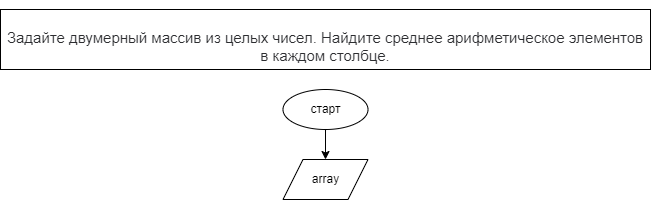
Above: DZ7/zadacha52/diagram.drawio.png in ElenaFomenkova/DZ (draw.io), before the change. Source tidied: cells renumbered, new cells last; positions are measured from the earlier drawing's top-left corner, leaving out a move shared by most shapes. Its diagram source:
```xml
<mxGraphModel>
  <root>
    <mxCell id="0" />
    <mxCell id="1" parent="0" />
    <mxCell id="2" value="&lt;br&gt;&lt;br&gt;&lt;p style=&quot;box-sizing: border-box ; margin: 0px ; font-weight: 400 ; color: rgb(44 , 45 , 48) ; font-family: &amp;#34;roboto&amp;#34; , &amp;#34;san francisco&amp;#34; , &amp;#34;helvetica neue&amp;#34; , &amp;#34;helvetica&amp;#34; , &amp;#34;arial&amp;#34; ; font-size: 15px ; font-style: normal ; letter-spacing: normal ; text-indent: 0px ; text-transform: none ; word-spacing: 0px ; background-color: rgb(255 , 255 , 255)&quot;&gt;Задайте двумерный массив из целых чисел. Найдите среднее арифметическое элементов в каждом столбце.&lt;/p&gt;&lt;br&gt;" style="rounded=0;whiteSpace=wrap;html=1;" parent="1" vertex="1">
      <mxGeometry width="650" height="60" as="geometry" />
    </mxCell>
    <mxCell id="3" style="edgeStyle=none;html=1;" parent="1" edge="1" source="4" target="5">
      <mxGeometry relative="1" as="geometry" />
    </mxCell>
    <mxCell id="4" value="старт" style="ellipse;whiteSpace=wrap;html=1;" parent="1" vertex="1">
      <mxGeometry x="282.5" y="80" width="85" height="40" as="geometry" />
    </mxCell>
    <mxCell id="5" value="array" style="shape=parallelogram;perimeter=parallelogramPerimeter;whiteSpace=wrap;html=1;fixedSize=1;" parent="1" vertex="1">
      <mxGeometry x="282.5" y="150" width="85" height="40" as="geometry" />
    </mxCell>
  </root>
</mxGraphModel>
```
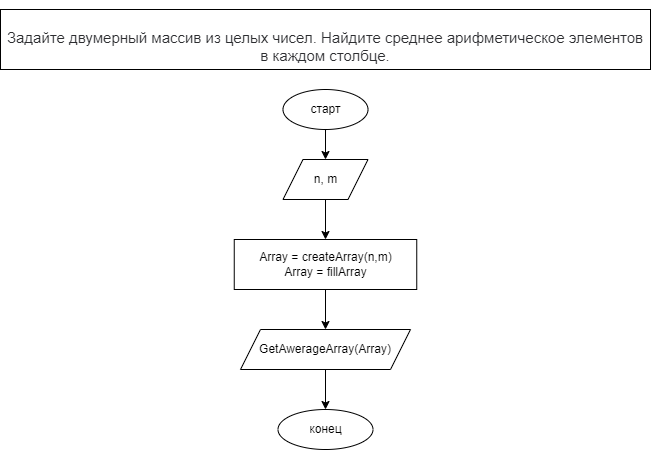
The same file after the commit.

Diff of the diagram source:
```diff
@@ -11,8 +11,26 @@
     <mxCell id="4" value="старт" style="ellipse;whiteSpace=wrap;html=1;" parent="1" vertex="1">
       <mxGeometry x="282.5" y="80" width="85" height="40" as="geometry" />
     </mxCell>
+    <mxCell id="6" style="edgeStyle=none;html=1;" parent="1" edge="1" source="5" target="8">
+      <mxGeometry relative="1" as="geometry" />
+    </mxCell>
-    <mxCell id="5" value="array" style="shape=parallelogram;perimeter=parallelogramPerimeter;whiteSpace=wrap;html=1;fixedSize=1;" parent="1" vertex="1">
+    <mxCell id="5" value="n, m" style="shape=parallelogram;perimeter=parallelogramPerimeter;whiteSpace=wrap;html=1;fixedSize=1;" parent="1" vertex="1">
       <mxGeometry x="282.5" y="150" width="85" height="40" as="geometry" />
     </mxCell>
+    <mxCell id="7" style="edgeStyle=none;html=1;" parent="1" edge="1" source="8" target="11">
+      <mxGeometry relative="1" as="geometry" />
+    </mxCell>
+    <mxCell id="8" value="Array = createArray(n,m)&lt;br&gt;Array = fillArray&lt;span&gt;&lt;br&gt;&lt;/span&gt;" style="rounded=0;whiteSpace=wrap;html=1;" parent="1" vertex="1">
+      <mxGeometry x="233.8" y="230" width="182.5" height="50" as="geometry" />
+    </mxCell>
+    <mxCell id="9" value="конец" style="ellipse;whiteSpace=wrap;html=1;" parent="1" vertex="1">
+      <mxGeometry x="277.5" y="400" width="95" height="40" as="geometry" />
+    </mxCell>
+    <mxCell id="10" style="edgeStyle=none;html=1;" parent="1" edge="1" source="11" target="9">
+      <mxGeometry relative="1" as="geometry" />
+    </mxCell>
+    <mxCell id="11" value="&lt;span&gt;GetAwerageArray(Array)&lt;/span&gt;" style="shape=parallelogram;perimeter=parallelogramPerimeter;whiteSpace=wrap;html=1;fixedSize=1;" parent="1" vertex="1">
+      <mxGeometry x="240" y="320" width="170" height="40" as="geometry" />
+    </mxCell>
   </root>
 </mxGraphModel>
```
